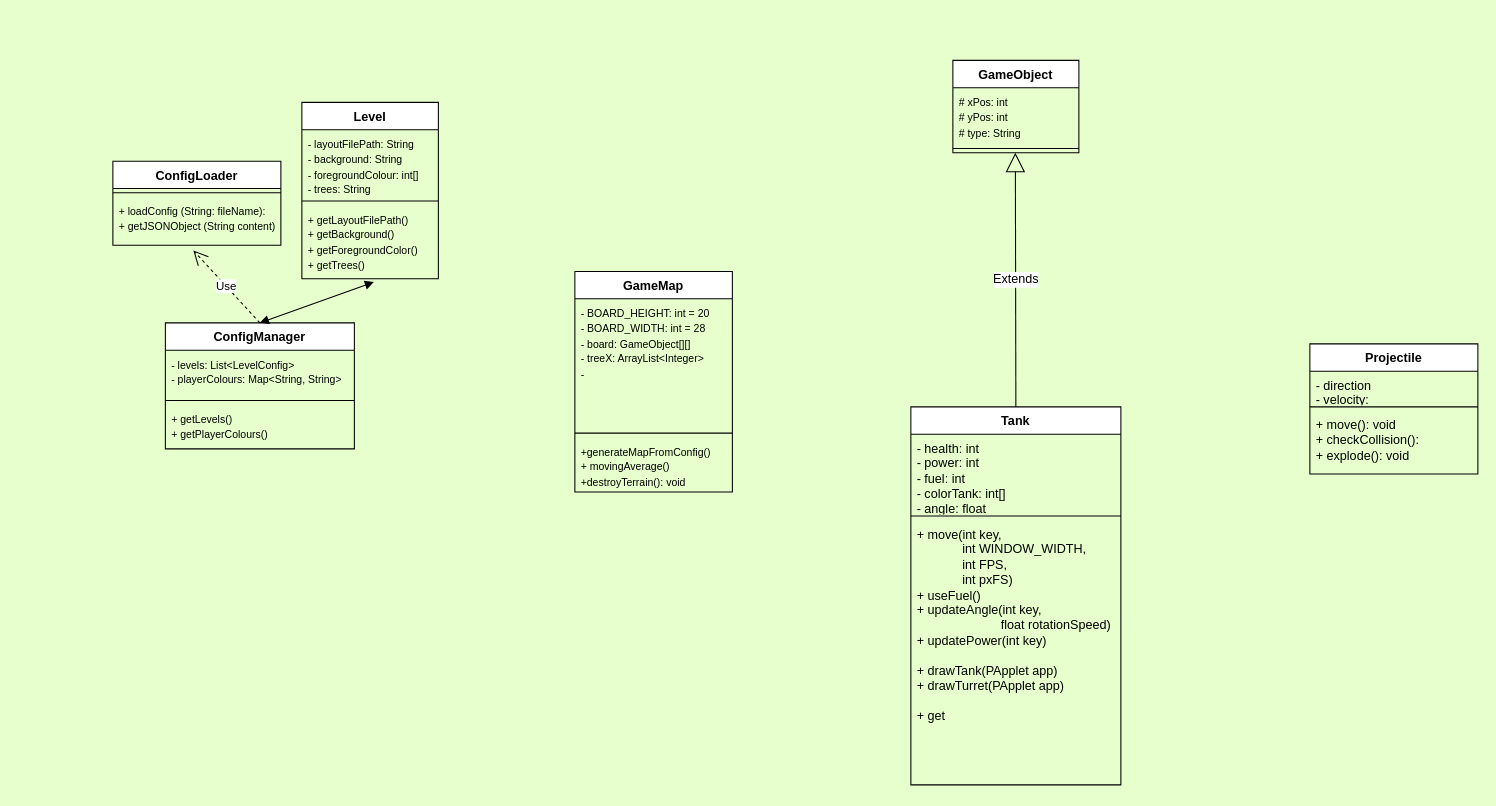
Before: Tanks Layout.drawio in NguyenChHieu/Tanks, a draw.io diagram. Source tidied: cells renumbered, new cells numbered last; positions are measured from the earlier drawing's top-left corner, leaving out a move shared by most shapes. Both pictures are drawn from the tidied source at 105%, with x=0, y=0 at pixel (112, 60).
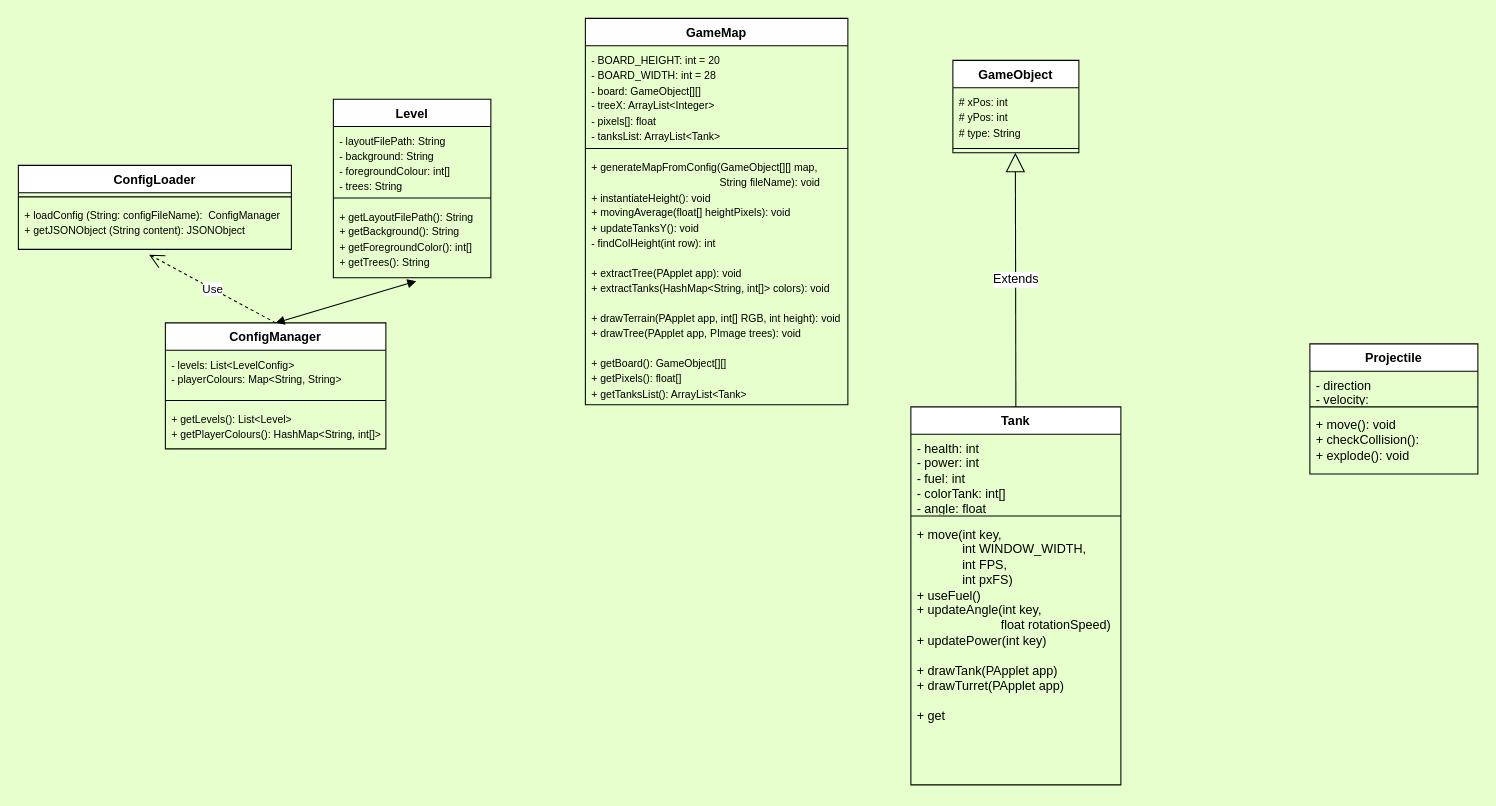
After the change.

Diff of the diagram source:
```diff
@@
     <mxCell id="6" value="ConfigManager" style="swimlane;fontStyle=1;align=center;verticalAlign=top;horizontal=1;startSize=26;whiteSpace=wrap;html=1;" parent="1" vertex="1">
-      <mxGeometry x="50" y="250" width="180" height="120" as="geometry" />
+      <mxGeometry x="50" y="250" width="210" height="120" as="geometry" />
     </mxCell>
     <mxCell id="7" value="&lt;font style=&quot;font-size: 10px;&quot;&gt;- levels: List&amp;lt;LevelConfig&amp;gt;&lt;/font&gt;&lt;div&gt;&lt;font style=&quot;font-size: 10px;&quot;&gt;- playerColours: Map&amp;lt;String, String&amp;gt;&lt;/font&gt;&lt;/div&gt;" style="text;strokeColor=none;fillColor=none;align=left;verticalAlign=top;spacingLeft=4;spacingRight=4;overflow=hidden;whiteSpace=wrap;html=1;" parent="6" vertex="1">
-      <mxGeometry y="26" width="180" height="44" as="geometry" />
+      <mxGeometry y="26" width="210" height="44" as="geometry" />
     </mxCell>
     <mxCell id="8" style="line;strokeWidth=1;fillColor=none;align=left;verticalAlign=middle;spacingTop=-1;spacingLeft=3;spacingRight=3;labelPosition=right;strokeColor=inherit;" parent="6" vertex="1">
-      <mxGeometry y="70" width="180" height="8" as="geometry" />
+      <mxGeometry y="70" width="210" height="8" as="geometry" />
     </mxCell>
-    <mxCell id="9" value="&lt;font style=&quot;font-size: 10px;&quot;&gt;+ getLevels()&lt;/font&gt;&lt;div&gt;&lt;font style=&quot;font-size: 10px;&quot;&gt;+ getPlayerColours()&lt;/font&gt;&lt;/div&gt;" style="text;strokeColor=none;fillColor=none;align=left;verticalAlign=top;spacingLeft=4;spacingRight=4;overflow=hidden;whiteSpace=wrap;html=1;" parent="6" vertex="1">
-      <mxGeometry y="78" width="180" height="42" as="geometry" />
+    <mxCell id="9" value="&lt;font style=&quot;font-size: 10px;&quot;&gt;+ getLevels(): List&amp;lt;Level&amp;gt;&lt;/font&gt;&lt;div&gt;&lt;font style=&quot;font-size: 10px;&quot;&gt;+ getPlayerColours(): HashMap&amp;lt;String, int[]&amp;gt;&lt;/font&gt;&lt;/div&gt;" style="text;strokeColor=none;fillColor=none;align=left;verticalAlign=top;spacingLeft=4;spacingRight=4;overflow=hidden;whiteSpace=wrap;html=1;" parent="6" vertex="1">
+      <mxGeometry y="78" width="210" height="42" as="geometry" />
     </mxCell>
     <mxCell id="10" value="Level" style="swimlane;fontStyle=1;align=center;verticalAlign=top;horizontal=1;startSize=26;whiteSpace=wrap;html=1;" parent="1" vertex="1">
-      <mxGeometry x="180" y="40" width="130" height="168" as="geometry" />
+      <mxGeometry x="210" y="37" width="150" height="170" as="geometry" />
     </mxCell>
     <mxCell id="11" value="&lt;div&gt;&lt;font style=&quot;font-size: 10px;&quot;&gt;- layoutFilePath:&amp;nbsp;&lt;/font&gt;&lt;span style=&quot;font-size: 10px;&quot;&gt;String&lt;/span&gt;&lt;br&gt;&lt;/div&gt;&lt;div&gt;&lt;span style=&quot;background-color: initial;&quot;&gt;&lt;font style=&quot;font-size: 10px;&quot;&gt;- background:&amp;nbsp;&lt;/font&gt;&lt;/span&gt;&lt;span style=&quot;font-size: 10px;&quot;&gt;String&amp;nbsp;&lt;/span&gt;&lt;div&gt;&lt;font style=&quot;font-size: 10px;&quot;&gt;- foregroundColour: int[]&lt;/font&gt;&lt;/div&gt;&lt;div&gt;&lt;font style=&quot;font-size: 10px;&quot;&gt;- trees:&amp;nbsp;&lt;/font&gt;&lt;span style=&quot;font-size: 10px; background-color: initial;&quot;&gt;String&lt;/span&gt;&lt;/div&gt;&lt;/div&gt;" style="text;strokeColor=none;fillColor=none;align=left;verticalAlign=top;spacingLeft=4;spacingRight=4;overflow=hidden;whiteSpace=wrap;html=1;" parent="10" vertex="1">
-      <mxGeometry y="26" width="130" height="64" as="geometry" />
+      <mxGeometry y="26" width="150" height="64" as="geometry" />
     </mxCell>
     <mxCell id="12" style="line;strokeWidth=1;fillColor=none;align=left;verticalAlign=middle;spacingTop=-1;spacingLeft=3;spacingRight=3;labelPosition=right;strokeColor=inherit;" parent="10" vertex="1">
-      <mxGeometry y="90" width="130" height="8" as="geometry" />
+      <mxGeometry y="90" width="150" height="8" as="geometry" />
     </mxCell>
-    <mxCell id="13" value="&lt;font size=&quot;1&quot;&gt;+ getLayoutFilePath()&lt;/font&gt;&lt;div&gt;&lt;font size=&quot;1&quot;&gt;+ getBackground()&lt;/font&gt;&lt;/div&gt;&lt;div&gt;&lt;font size=&quot;1&quot;&gt;+ getForegroundColor()&lt;/font&gt;&lt;/div&gt;&lt;div&gt;&lt;font size=&quot;1&quot;&gt;+ getTrees()&lt;/font&gt;&lt;/div&gt;" style="text;strokeColor=none;fillColor=none;align=left;verticalAlign=top;spacingLeft=4;spacingRight=4;overflow=hidden;points=[[0,0.5],[1,0.5]];portConstraint=eastwest;whiteSpace=wrap;html=1;" parent="10" vertex="1">
-      <mxGeometry y="98" width="130" height="70" as="geometry" />
+    <mxCell id="13" value="&lt;font size=&quot;1&quot;&gt;+ getLayoutFilePath(): String&lt;/font&gt;&lt;div&gt;&lt;font size=&quot;1&quot;&gt;+ getBackground(): String&lt;/font&gt;&lt;/div&gt;&lt;div&gt;&lt;font size=&quot;1&quot;&gt;+ getForegroundColor(): int[]&lt;/font&gt;&lt;/div&gt;&lt;div&gt;&lt;font size=&quot;1&quot;&gt;+ getTrees(): String&lt;/font&gt;&lt;/div&gt;" style="text;strokeColor=none;fillColor=none;align=left;verticalAlign=top;spacingLeft=4;spacingRight=4;overflow=hidden;points=[[0,0.5],[1,0.5]];portConstraint=eastwest;whiteSpace=wrap;html=1;" parent="10" vertex="1">
+      <mxGeometry y="98" width="150" height="72" as="geometry" />
     </mxCell>
@@
     <mxCell id="18" value="GameMap" style="swimlane;fontStyle=1;align=center;verticalAlign=top;horizontal=1;startSize=26;whiteSpace=wrap;html=1;" parent="1" vertex="1">
-      <mxGeometry x="440" y="201" width="150" height="210" as="geometry" />
+      <mxGeometry x="450" y="-40" width="250" height="368" as="geometry" />
     </mxCell>
-    <mxCell id="19" value="&lt;div&gt;&lt;font style=&quot;font-size: 10px;&quot;&gt;- BOARD_HEIGHT: int = 20&lt;/font&gt;&lt;/div&gt;&lt;div&gt;&lt;font style=&quot;font-size: 10px;&quot;&gt;- BOARD_WIDTH: int = 28&lt;/font&gt;&lt;/div&gt;&lt;font style=&quot;font-size: 10px;&quot;&gt;- board: GameObject[][]&lt;/font&gt;&lt;div&gt;&lt;font style=&quot;font-size: 10px;&quot;&gt;- treeX: ArrayList&amp;lt;Integer&amp;gt;&lt;/font&gt;&lt;/div&gt;&lt;div&gt;&lt;font style=&quot;font-size: 10px;&quot;&gt;-&amp;nbsp;&lt;/font&gt;&lt;/div&gt;" style="text;strokeColor=none;fillColor=none;align=left;verticalAlign=top;spacingLeft=4;spacingRight=4;overflow=hidden;whiteSpace=wrap;html=1;" parent="18" vertex="1">
-      <mxGeometry y="26" width="150" height="124" as="geometry" />
+    <mxCell id="19" value="&lt;div&gt;&lt;font style=&quot;font-size: 10px;&quot;&gt;- BOARD_HEIGHT: int = 20&lt;/font&gt;&lt;/div&gt;&lt;div&gt;&lt;font style=&quot;font-size: 10px;&quot;&gt;- BOARD_WIDTH: int = 28&lt;/font&gt;&lt;/div&gt;&lt;font style=&quot;font-size: 10px;&quot;&gt;- board: GameObject[][]&lt;/font&gt;&lt;div&gt;&lt;font style=&quot;font-size: 10px;&quot;&gt;- treeX: ArrayList&amp;lt;Integer&amp;gt;&lt;/font&gt;&lt;/div&gt;&lt;div&gt;&lt;font style=&quot;font-size: 10px;&quot;&gt;- pixels[]: float&lt;/font&gt;&lt;/div&gt;&lt;div&gt;&lt;font style=&quot;font-size: 10px;&quot;&gt;- tanksList: ArrayList&amp;lt;Tank&amp;gt;&lt;/font&gt;&lt;/div&gt;" style="text;strokeColor=none;fillColor=none;align=left;verticalAlign=top;spacingLeft=4;spacingRight=4;overflow=hidden;whiteSpace=wrap;html=1;" parent="18" vertex="1">
+      <mxGeometry y="26" width="250" height="94" as="geometry" />
     </mxCell>
     <mxCell id="20" style="line;strokeWidth=1;fillColor=none;align=left;verticalAlign=middle;spacingTop=-1;spacingLeft=3;spacingRight=3;labelPosition=right;strokeColor=inherit;" parent="18" vertex="1">
-      <mxGeometry y="150" width="150" height="8" as="geometry" />
+      <mxGeometry y="120" width="250" height="8" as="geometry" />
     </mxCell>
-    <mxCell id="21" value="&lt;font style=&quot;font-size: 10px;&quot;&gt;+generateMapFromConfig&lt;/font&gt;&lt;span style=&quot;font-size: 10px; background-color: initial;&quot;&gt;()&lt;/span&gt;&lt;div&gt;&lt;div&gt;&lt;font style=&quot;font-size: 10px;&quot;&gt;+ movingAverage()&lt;/font&gt;&lt;div&gt;&lt;font style=&quot;font-size: 10px;&quot;&gt;+destroyTerrain(): void&lt;/font&gt;&lt;/div&gt;&lt;/div&gt;&lt;/div&gt;" style="text;strokeColor=none;fillColor=none;align=left;verticalAlign=top;spacingLeft=4;spacingRight=4;overflow=hidden;whiteSpace=wrap;html=1;" parent="18" vertex="1">
-      <mxGeometry y="158" width="150" height="52" as="geometry" />
+    <mxCell id="21" value="&lt;font style=&quot;font-size: 10px;&quot;&gt;+ generateMapFromConfig&lt;/font&gt;&lt;span style=&quot;font-size: 10px; background-color: initial;&quot;&gt;(GameObject[][] map,&amp;nbsp;&lt;/span&gt;&lt;div&gt;&lt;span style=&quot;font-size: 10px; background-color: initial;&quot;&gt;&lt;span style=&quot;white-space: pre;&quot;&gt;&#9;&lt;span style=&quot;white-space: pre;&quot;&gt;&#9;&lt;span style=&quot;white-space: pre;&quot;&gt;&#9;&lt;span style=&quot;white-space: pre;&quot;&gt;&#9;&lt;span style=&quot;white-space: pre;&quot;&gt;&#9;    &lt;/span&gt;&lt;/span&gt;&lt;/span&gt;&lt;/span&gt;&lt;/span&gt;String fileName): void&lt;/span&gt;&lt;/div&gt;&lt;div&gt;&lt;font size=&quot;1&quot;&gt;+ instantiateHeight(): void&lt;br&gt;&lt;/font&gt;&lt;div&gt;&lt;div&gt;&lt;font style=&quot;font-size: 10px;&quot;&gt;+ movingAverage(float[] heightPixels): void&lt;/font&gt;&lt;div&gt;&lt;span style=&quot;font-size: x-small;&quot;&gt;+ updateTanksY(): void&lt;/span&gt;&lt;br&gt;&lt;/div&gt;&lt;/div&gt;&lt;/div&gt;&lt;div&gt;&lt;div&gt;&lt;span style=&quot;font-size: x-small;&quot;&gt;- findColHeight(int row): int&lt;/span&gt;&lt;/div&gt;&lt;/div&gt;&lt;div&gt;&lt;br&gt;&lt;/div&gt;&lt;div&gt;&lt;font style=&quot;font-size: 10px;&quot;&gt;+ extractTree(PApplet app): void&lt;/font&gt;&lt;/div&gt;&lt;/div&gt;&lt;div&gt;&lt;font style=&quot;font-size: 10px;&quot;&gt;+ extractTanks(HashMap&amp;lt;String, int[]&amp;gt; colors): void&lt;/font&gt;&lt;/div&gt;&lt;div&gt;&lt;font style=&quot;font-size: 10px;&quot;&gt;&lt;br&gt;&lt;/font&gt;&lt;/div&gt;&lt;div&gt;&lt;font style=&quot;font-size: 10px;&quot;&gt;+ drawTerrain(PApplet app, int[] RGB, int height): void&lt;/font&gt;&lt;/div&gt;&lt;div&gt;&lt;font style=&quot;font-size: 10px;&quot;&gt;+ drawTree(PApplet app, PImage trees): void&lt;/font&gt;&lt;/div&gt;&lt;div&gt;&lt;font style=&quot;font-size: 10px;&quot;&gt;&lt;br&gt;&lt;/font&gt;&lt;/div&gt;&lt;div&gt;&lt;font style=&quot;font-size: 10px;&quot;&gt;+ getBoard(): GameObject[][]&lt;/font&gt;&lt;/div&gt;&lt;div&gt;&lt;font style=&quot;font-size: 10px;&quot;&gt;+ getPixels(): float[]&lt;/font&gt;&lt;/div&gt;&lt;div&gt;&lt;font style=&quot;font-size: 10px;&quot;&gt;+ getTanksList(): ArrayList&amp;lt;Tank&amp;gt;&lt;/font&gt;&lt;/div&gt;" style="text;strokeColor=none;fillColor=none;align=left;verticalAlign=top;spacingLeft=4;spacingRight=4;overflow=hidden;whiteSpace=wrap;html=1;" parent="18" vertex="1">
+      <mxGeometry y="128" width="250" height="240" as="geometry" />
     </mxCell>
     <mxCell id="22" value="ConfigLoader" style="swimlane;fontStyle=1;align=center;verticalAlign=top;horizontal=1;startSize=26;whiteSpace=wrap;html=1;" parent="1" vertex="1">
-      <mxGeometry y="96" width="160" height="80" as="geometry" />
+      <mxGeometry x="-90" y="100" width="260" height="80" as="geometry" />
     </mxCell>
     <mxCell id="23" style="line;strokeWidth=1;fillColor=none;align=left;verticalAlign=middle;spacingTop=-1;spacingLeft=3;spacingRight=3;labelPosition=right;strokeColor=inherit;" parent="22" vertex="1">
-      <mxGeometry y="26" width="160" height="8" as="geometry" />
+      <mxGeometry y="26" width="260" height="8" as="geometry" />
     </mxCell>
-    <mxCell id="24" value="&lt;font style=&quot;font-size: 10px;&quot;&gt;+ loadConfig (String: fileName):&lt;/font&gt;&lt;div&gt;&lt;font style=&quot;font-size: 10px;&quot;&gt;+ getJSONObject (String content)&lt;/font&gt;&lt;/div&gt;" style="text;strokeColor=none;fillColor=none;align=left;verticalAlign=top;spacingLeft=4;spacingRight=4;overflow=hidden;points=[[0,0.5],[1,0.5]];portConstraint=eastwest;whiteSpace=wrap;html=1;" parent="22" vertex="1">
-      <mxGeometry y="34" width="160" height="46" as="geometry" />
+    <mxCell id="24" value="&lt;font style=&quot;font-size: 10px;&quot;&gt;+ loadConfig (String: configFileName): &amp;nbsp;ConfigManager&lt;/font&gt;&lt;div&gt;&lt;font style=&quot;font-size: 10px;&quot;&gt;+ getJSONObject (String content): JSONObject&lt;/font&gt;&lt;/div&gt;" style="text;strokeColor=none;fillColor=none;align=left;verticalAlign=top;spacingLeft=4;spacingRight=4;overflow=hidden;points=[[0,0.5],[1,0.5]];portConstraint=eastwest;whiteSpace=wrap;html=1;" parent="22" vertex="1">
+      <mxGeometry y="34" width="260" height="46" as="geometry" />
     </mxCell>
```
